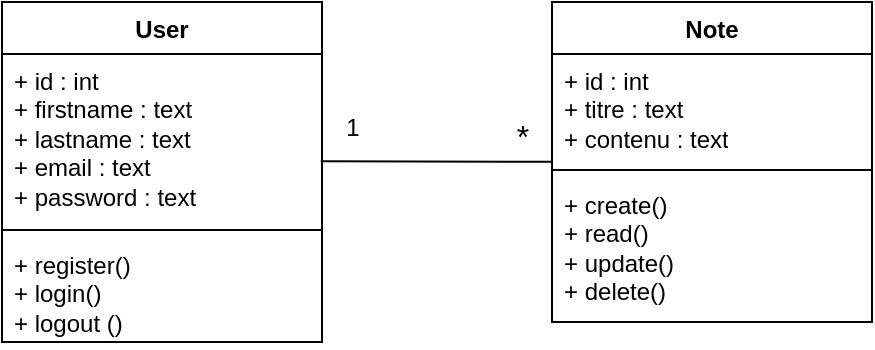
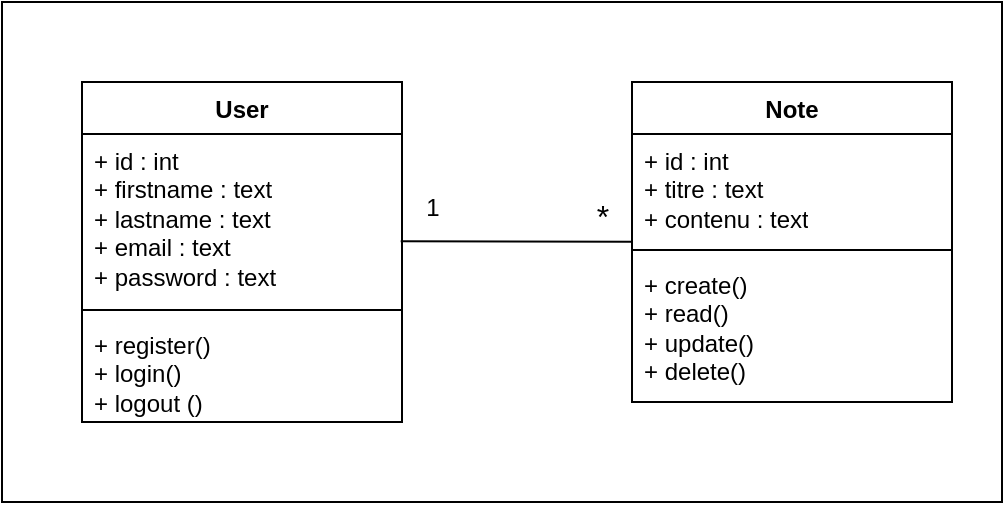
<mxfile host="65bd71144e">
    <diagram id="6CKfERV-iYitt1J112FR" name="Page-1">
-         <mxGraphModel dx="487" dy="420" grid="1" gridSize="10" guides="1" tooltips="1" connect="1" arrows="1" fold="1" page="1" pageScale="1" pageWidth="850" pageHeight="1100" math="0" shadow="0">
+         <mxGraphModel dx="504" dy="441" grid="1" gridSize="10" guides="1" tooltips="1" connect="1" arrows="1" fold="1" page="1" pageScale="1" pageWidth="850" pageHeight="1100" math="0" shadow="0">
            <root>
                <mxCell id="0"/>
                <mxCell id="1" parent="0"/>
+                 <mxCell id="13" value="" style="html=1;whiteSpace=wrap;" vertex="1" parent="1">
+                     <mxGeometry x="30" y="110" width="500" height="250" as="geometry"/>
+                 </mxCell>
                <mxCell id="10" style="edgeStyle=none;html=1;endArrow=none;endFill=0;entryX=0.996;entryY=0.639;entryDx=0;entryDy=0;entryPerimeter=0;" edge="1" parent="1" source="2" target="7">
                    <mxGeometry relative="1" as="geometry">
                        <mxPoint x="220" y="230" as="targetPoint"/>
                    </mxGeometry>
                </mxCell>
                <mxCell id="2" value="Note" style="swimlane;fontStyle=1;align=center;verticalAlign=top;childLayout=stackLayout;horizontal=1;startSize=26;horizontalStack=0;resizeParent=1;resizeParentMax=0;resizeLast=0;collapsible=1;marginBottom=0;whiteSpace=wrap;html=1;" vertex="1" parent="1">
                    <mxGeometry x="345" y="150" width="160" height="160" as="geometry"/>
                </mxCell>
                <mxCell id="3" value="+ id : int&lt;br&gt;+ titre : text&lt;div&gt;+ contenu : text&lt;/div&gt;" style="text;strokeColor=none;fillColor=none;align=left;verticalAlign=top;spacingLeft=4;spacingRight=4;overflow=hidden;rotatable=0;points=[[0,0.5],[1,0.5]];portConstraint=eastwest;whiteSpace=wrap;html=1;" vertex="1" parent="2">
                    <mxGeometry y="26" width="160" height="54" as="geometry"/>
                </mxCell>
                <mxCell id="4" value="" style="line;strokeWidth=1;fillColor=none;align=left;verticalAlign=middle;spacingTop=-1;spacingLeft=3;spacingRight=3;rotatable=0;labelPosition=right;points=[];portConstraint=eastwest;strokeColor=inherit;" vertex="1" parent="2">
                    <mxGeometry y="80" width="160" height="8" as="geometry"/>
                </mxCell>
                <mxCell id="5" value="+ create()&lt;div&gt;+ read()&lt;/div&gt;&lt;div&gt;+ update()&lt;/div&gt;&lt;div&gt;+ delete()&lt;/div&gt;" style="text;strokeColor=none;fillColor=none;align=left;verticalAlign=top;spacingLeft=4;spacingRight=4;overflow=hidden;rotatable=0;points=[[0,0.5],[1,0.5]];portConstraint=eastwest;whiteSpace=wrap;html=1;" vertex="1" parent="2">
                    <mxGeometry y="88" width="160" height="72" as="geometry"/>
                </mxCell>
                <mxCell id="6" value="User" style="swimlane;fontStyle=1;align=center;verticalAlign=top;childLayout=stackLayout;horizontal=1;startSize=26;horizontalStack=0;resizeParent=1;resizeParentMax=0;resizeLast=0;collapsible=1;marginBottom=0;whiteSpace=wrap;html=1;" vertex="1" parent="1">
                    <mxGeometry x="70" y="150" width="160" height="170" as="geometry"/>
                </mxCell>
                <mxCell id="7" value="+ id : int&lt;div&gt;+ firstname : text&lt;/div&gt;&lt;div&gt;+ lastname : text&lt;br&gt;+ email : text&lt;/div&gt;&lt;div&gt;+ password : text&lt;/div&gt;" style="text;strokeColor=none;fillColor=none;align=left;verticalAlign=top;spacingLeft=4;spacingRight=4;overflow=hidden;rotatable=0;points=[[0,0.5],[1,0.5]];portConstraint=eastwest;whiteSpace=wrap;html=1;" vertex="1" parent="6">
                    <mxGeometry y="26" width="160" height="84" as="geometry"/>
                </mxCell>
                <mxCell id="8" value="" style="line;strokeWidth=1;fillColor=none;align=left;verticalAlign=middle;spacingTop=-1;spacingLeft=3;spacingRight=3;rotatable=0;labelPosition=right;points=[];portConstraint=eastwest;strokeColor=inherit;" vertex="1" parent="6">
                    <mxGeometry y="110" width="160" height="8" as="geometry"/>
                </mxCell>
                <mxCell id="9" value="+ register()&lt;br&gt;+ login()&lt;div&gt;+ logout ()&lt;/div&gt;" style="text;strokeColor=none;fillColor=none;align=left;verticalAlign=top;spacingLeft=4;spacingRight=4;overflow=hidden;rotatable=0;points=[[0,0.5],[1,0.5]];portConstraint=eastwest;whiteSpace=wrap;html=1;" vertex="1" parent="6">
                    <mxGeometry y="118" width="160" height="52" as="geometry"/>
                </mxCell>
                <mxCell id="11" value="1" style="text;html=1;align=center;verticalAlign=middle;resizable=0;points=[];autosize=1;strokeColor=none;fillColor=none;" vertex="1" parent="1">
                    <mxGeometry x="230" y="198" width="30" height="30" as="geometry"/>
                </mxCell>
                <mxCell id="12" value="&lt;font style=&quot;font-size: 16px;&quot;&gt;*&lt;/font&gt;" style="text;html=1;align=center;verticalAlign=middle;resizable=0;points=[];autosize=1;strokeColor=none;fillColor=none;" vertex="1" parent="1">
                    <mxGeometry x="315" y="202" width="30" height="30" as="geometry"/>
                </mxCell>
            </root>
        </mxGraphModel>
    </diagram>
</mxfile>